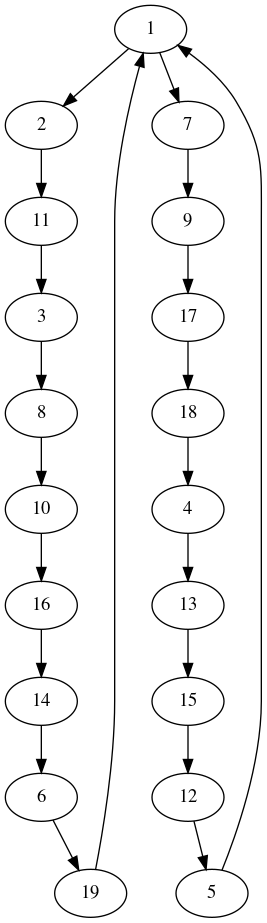
This is cvrp.png from Qdake/Operationnelle_Recherche_CVRP_problem, a Graphviz export, as it was before one commit. Its source is kept beside it as cvrp.dot. The source it was exported from:
```dot
digraph cvrp{
1;
2;
3;
4;
5;
6;
7;
8;
9;
10;
11;
12;
13;
14;
15;
16;
17;
18;
19;
1->2;1->7;2->11;3->8;4->13;5->1;6->19;7->9;8->10;9->17;10->16;11->3;12->5;13->15;14->6;15->12;16->14;17->18;18->4;19->1;}
```
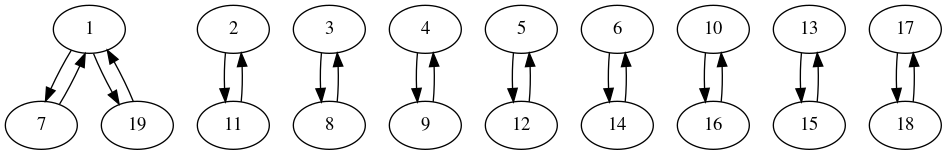
After the change.

The edit, as a diff of the source:
```diff
@@ -18,4 +18,4 @@
 17;
 18;
 19;
-1->2;1->7;2->11;3->8;4->13;5->1;6->19;7->9;8->10;9->17;10->16;11->3;12->5;13->15;14->6;15->12;16->14;17->18;18->4;19->1;}
+1->7;1->19;2->11;3->8;4->9;5->12;6->14;7->1;8->3;9->4;10->16;11->2;12->5;13->15;14->6;15->13;16->10;17->18;18->17;19->1;}
```
